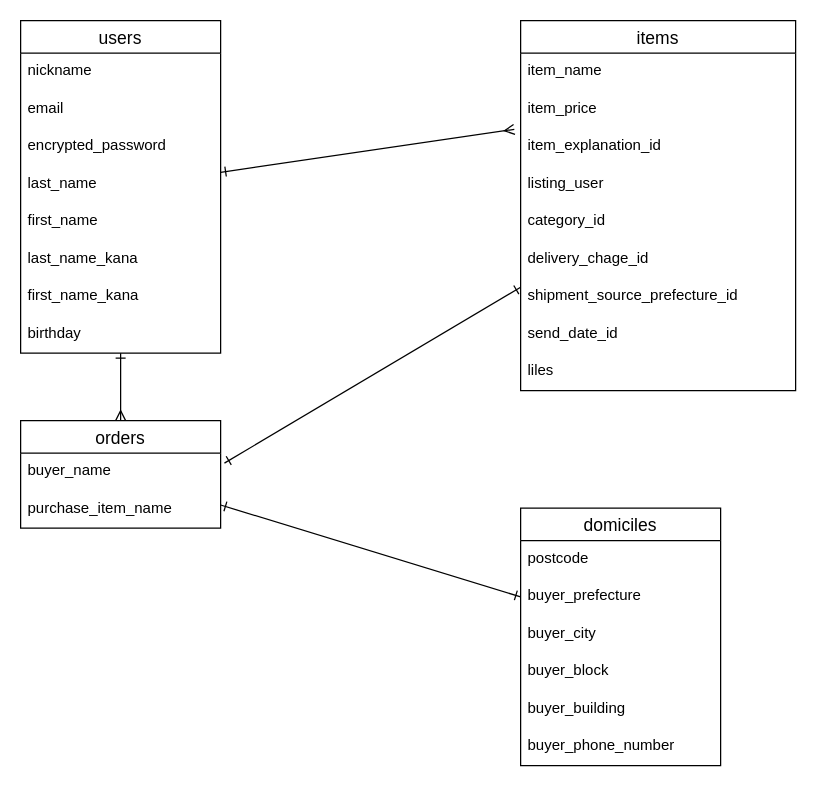
The draw.io diagram furima.dio in Yukkiyss/furima-38005, before the edit. Source tidied: cells renumbered, new cells numbered last; positions are measured from the earlier drawing's top-left corner, leaving out a move shared by most shapes. Both pictures are drawn from the tidied source at 125%, with x=0, y=0 at pixel (20, 20).
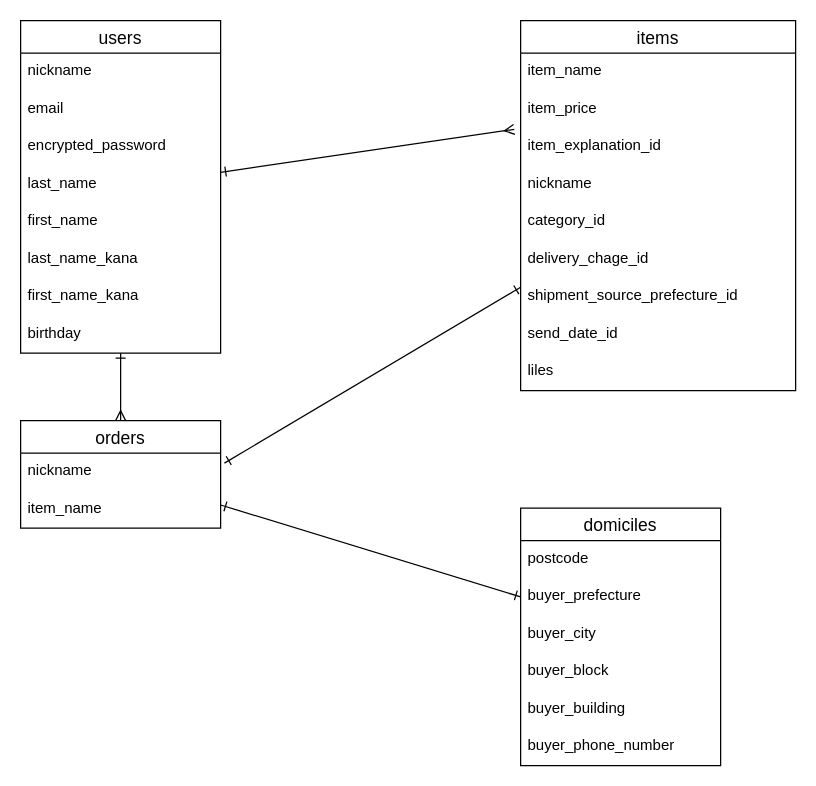
The same diagram, later.

Commit message (it also covers changes not shown here):
外部キー　カラム名修正

Unchanged cells that the change refers to:
```xml
<mxCell id="14" value="items" style="swimlane;fontStyle=0;horizontal=1;startSize=26;align=center;fontSize=14;" parent="1" vertex="1">
  <mxGeometry x="400" width="220" height="296" as="geometry" />
</mxCell>
<mxCell id="25" value="orders" style="swimlane;fontStyle=0;horizontal=1;startSize=26;align=center;fontSize=14;" parent="1" vertex="1">
  <mxGeometry y="320" width="160" height="86" as="geometry" />
</mxCell>
```

The edit, as a diff of the source:
```diff
@@
-    <mxCell id="18" value="listing_user" style="text;strokeColor=none;fillColor=none;spacingLeft=4;spacingRight=4;overflow=hidden;fontSize=12;" parent="14" vertex="1">
+    <mxCell id="18" value="nickname" style="text;strokeColor=none;fillColor=none;spacingLeft=4;spacingRight=4;overflow=hidden;fontSize=12;" parent="14" vertex="1">
       <mxGeometry y="116" width="220" height="30" as="geometry" />
     </mxCell>
@@
-    <mxCell id="26" value="buyer_name" style="text;strokeColor=none;fillColor=none;spacingLeft=4;spacingRight=4;overflow=hidden;points=[[0,0.5],[1,0.5]];portConstraint=eastwest;fontSize=12;" parent="25" vertex="1">
+    <mxCell id="26" value="nickname" style="text;strokeColor=none;fillColor=none;spacingLeft=4;spacingRight=4;overflow=hidden;points=[[0,0.5],[1,0.5]];portConstraint=eastwest;fontSize=12;" parent="25" vertex="1">
       <mxGeometry y="26" width="160" height="30" as="geometry" />
     </mxCell>
-    <mxCell id="27" value="purchase_item_name" style="text;strokeColor=none;fillColor=none;spacingLeft=4;spacingRight=4;overflow=hidden;fontSize=12;" parent="25" vertex="1">
+    <mxCell id="27" value="item_name" style="text;strokeColor=none;fillColor=none;spacingLeft=4;spacingRight=4;overflow=hidden;fontSize=12;" parent="25" vertex="1">
       <mxGeometry y="56" width="160" height="30" as="geometry" />
     </mxCell>
```
